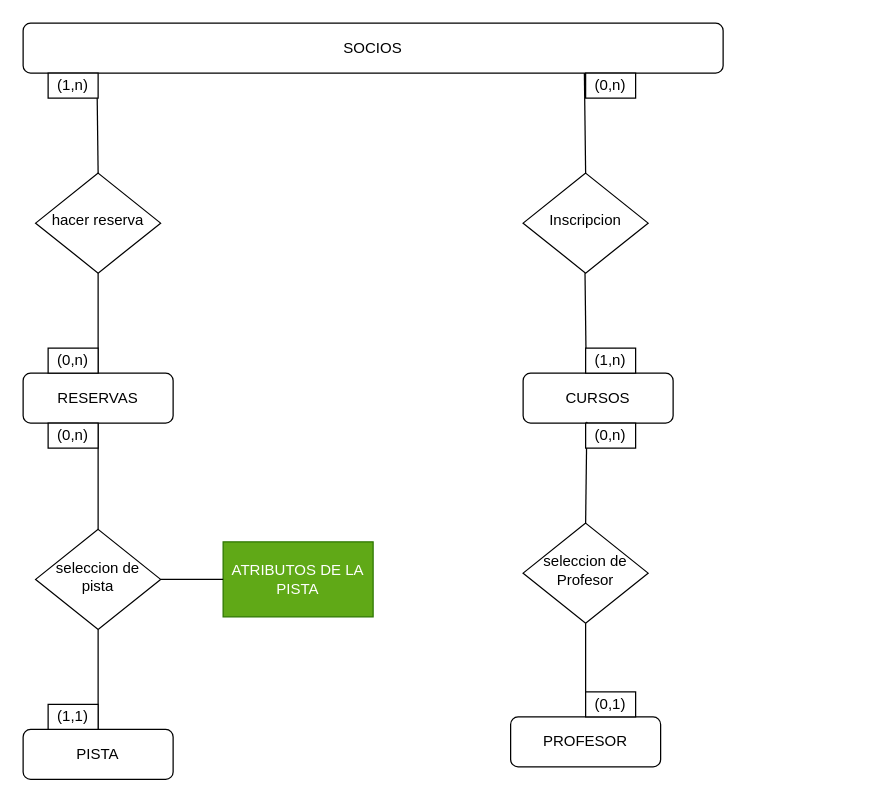
The draw.io diagram Ejercicio05.drawio in alfredosicre/BaseDatos, before the edit. Source tidied: cells renumbered, new cells numbered last; positions are measured from the earlier drawing's top-left corner, leaving out a move shared by most shapes. Both pictures are drawn from the tidied source at 125%, with x=0, y=0 at pixel (22, 22).
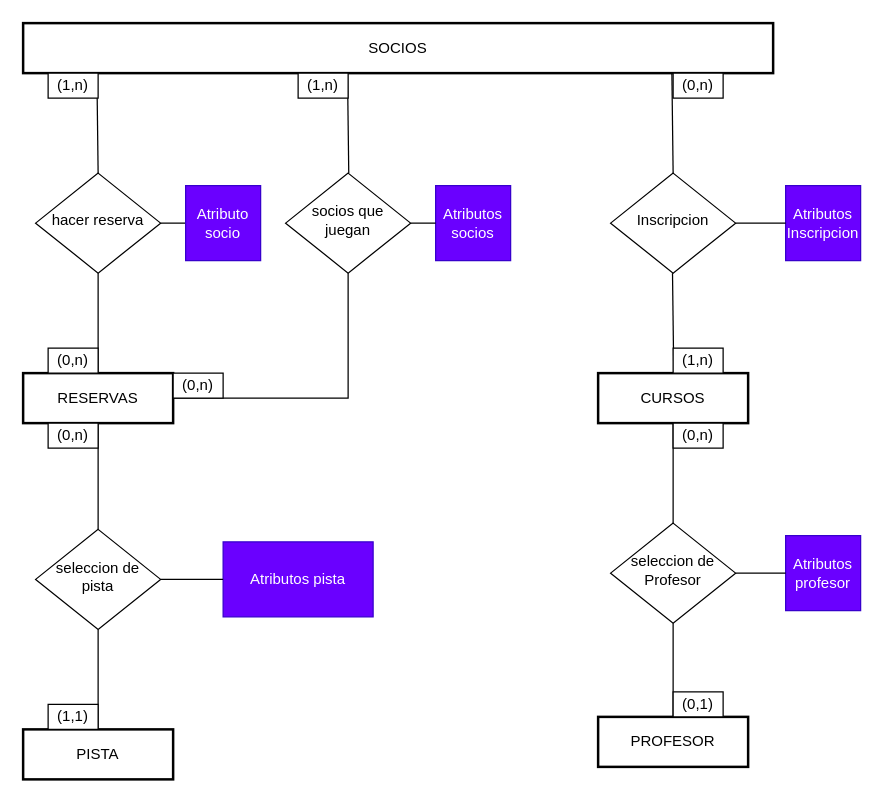
The same page after the edit.

Unchanged cells that the change refers to:
```xml
<mxCell id="3" value="hacer reserva" style="rhombus;whiteSpace=wrap;html=1;shadow=0;fontFamily=Helvetica;fontSize=12;align=center;strokeWidth=1;spacing=6;spacingTop=-4;" parent="1" vertex="1">
  <mxGeometry x="10" y="120" width="100" height="80" as="geometry" />
</mxCell>
<mxCell id="12" value="seleccion de pista" style="rhombus;whiteSpace=wrap;html=1;shadow=0;fontFamily=Helvetica;fontSize=12;align=center;strokeWidth=1;spacing=6;spacingTop=-4;" parent="1" vertex="1">
  <mxGeometry x="10" y="405" width="100" height="80" as="geometry" />
</mxCell>
```

Change to the diagram source:
```diff
@@
-    <mxCell id="2" value="RESERVAS" style="rounded=1;whiteSpace=wrap;html=1;fontSize=12;glass=0;strokeWidth=1;shadow=0;" parent="1" vertex="1">
+    <mxCell id="2" value="RESERVAS" style="rounded=0;whiteSpace=wrap;html=1;fontSize=12;glass=0;strokeWidth=2;shadow=0;" parent="1" vertex="1">
       <mxGeometry y="280" width="120" height="40" as="geometry" />
     </mxCell>
@@
-    <mxCell id="4" value="CURSOS" style="rounded=1;whiteSpace=wrap;html=1;fontSize=12;glass=0;strokeWidth=1;shadow=0;" parent="1" vertex="1">
-      <mxGeometry x="400" y="280" width="120" height="40" as="geometry" />
+    <mxCell id="4" value="CURSOS" style="rounded=0;whiteSpace=wrap;html=1;fontSize=12;glass=0;strokeWidth=2;shadow=0;" parent="1" vertex="1">
+      <mxGeometry x="460" y="280" width="120" height="40" as="geometry" />
     </mxCell>
-    <mxCell id="5" value="PISTA" style="rounded=1;whiteSpace=wrap;html=1;fontSize=12;glass=0;strokeWidth=1;shadow=0;" parent="1" vertex="1">
+    <mxCell id="5" value="PISTA" style="rounded=0;whiteSpace=wrap;html=1;fontSize=12;glass=0;strokeWidth=2;shadow=0;" parent="1" vertex="1">
       <mxGeometry y="565" width="120" height="40" as="geometry" />
     </mxCell>
-    <mxCell id="6" value="SOCIOS" style="rounded=1;whiteSpace=wrap;html=1;fontSize=12;glass=0;strokeWidth=1;shadow=0;" parent="1" vertex="1">
-      <mxGeometry width="560" height="40" as="geometry" />
+    <mxCell id="6" value="SOCIOS" style="rounded=0;whiteSpace=wrap;html=1;fontSize=12;glass=0;strokeWidth=2;shadow=0;" parent="1" vertex="1">
+      <mxGeometry width="600" height="40" as="geometry" />
     </mxCell>
@@
-    <mxCell id="16" value="ATRIBUTOS DE LA PISTA" style="rounded=0;whiteSpace=wrap;html=1;fillColor=#60a917;fontColor=#ffffff;strokeColor=#2D7600;" parent="1" vertex="1">
-      <mxGeometry x="160" y="415" width="120" height="60" as="geometry" />
-    </mxCell>
-    <mxCell id="17" style="endArrow=none;html=1;rounded=0;exitX=1;exitY=0.5;exitDx=0;exitDy=0;entryX=0;entryY=0.5;entryDx=0;entryDy=0;" parent="1" edge="1" source="12" target="16">
-      <mxGeometry relative="1" as="geometry" />
-    </mxCell>
     <mxCell id="18" value="Inscripcion" style="rhombus;whiteSpace=wrap;html=1;shadow=0;fontFamily=Helvetica;fontSize=12;align=center;strokeWidth=1;spacing=6;spacingTop=-4;" parent="1" vertex="1">
-      <mxGeometry x="400" y="120" width="100" height="80" as="geometry" />
+      <mxGeometry x="470" y="120" width="100" height="80" as="geometry" />
     </mxCell>
     <mxCell id="19" style="endArrow=none;html=1;rounded=0;exitX=0.5;exitY=0;exitDx=0;exitDy=0;" parent="1" edge="1">
       <mxGeometry relative="1" as="geometry">
-        <mxPoint x="450" y="120" as="sourcePoint" />
-        <mxPoint x="449" y="40" as="targetPoint" />
+        <mxPoint x="520" y="120" as="sourcePoint" />
+        <mxPoint x="519" y="40" as="targetPoint" />
       </mxGeometry>
     </mxCell>
     <mxCell id="20" style="endArrow=none;html=1;rounded=0;exitX=0.5;exitY=0;exitDx=0;exitDy=0;" parent="1" edge="1">
       <mxGeometry relative="1" as="geometry">
-        <mxPoint x="450.5" y="280" as="sourcePoint" />
-        <mxPoint x="449.5" y="200" as="targetPoint" />
+        <mxPoint x="520.5" y="280" as="sourcePoint" />
+        <mxPoint x="519.5" y="200" as="targetPoint" />
       </mxGeometry>
     </mxCell>
-    <mxCell id="21" value="PROFESOR" style="rounded=1;whiteSpace=wrap;html=1;fontSize=12;glass=0;strokeWidth=1;shadow=0;" parent="1" vertex="1">
-      <mxGeometry x="390" y="555" width="120" height="40" as="geometry" />
+    <mxCell id="21" value="PROFESOR" style="rounded=0;whiteSpace=wrap;html=1;fontSize=12;glass=0;strokeWidth=2;shadow=0;" parent="1" vertex="1">
+      <mxGeometry x="460" y="555" width="120" height="40" as="geometry" />
     </mxCell>
     <mxCell id="22" value="seleccion de Profesor" style="rhombus;whiteSpace=wrap;html=1;shadow=0;fontFamily=Helvetica;fontSize=12;align=center;strokeWidth=1;spacing=6;spacingTop=-4;" parent="1" vertex="1">
-      <mxGeometry x="400" y="400" width="100" height="80" as="geometry" />
+      <mxGeometry x="470" y="400" width="100" height="80" as="geometry" />
     </mxCell>
-    <mxCell id="23" style="endArrow=none;html=1;rounded=0;exitX=0.425;exitY=0.975;exitDx=0;exitDy=0;entryX=0.5;entryY=0;entryDx=0;entryDy=0;exitPerimeter=0;" parent="1" edge="1" source="4" target="22">
+    <mxCell id="23" style="endArrow=none;html=1;rounded=0;exitX=0.5;exitY=1;exitDx=0;exitDy=0;entryX=0.5;entryY=0;entryDx=0;entryDy=0;" parent="1" edge="1" source="4" target="22">
       <mxGeometry relative="1" as="geometry" />
     </mxCell>
@@
     <mxCell id="25" value="(0,n)" style="rounded=0;whiteSpace=wrap;html=1;" parent="1" vertex="1">
-      <mxGeometry x="450" y="40" width="40" height="20" as="geometry" />
+      <mxGeometry x="520" y="40" width="40" height="20" as="geometry" />
     </mxCell>
     <mxCell id="26" value="(1,n)" style="rounded=0;whiteSpace=wrap;html=1;" parent="1" vertex="1">
-      <mxGeometry x="450" y="260" width="40" height="20" as="geometry" />
+      <mxGeometry x="520" y="260" width="40" height="20" as="geometry" />
     </mxCell>
     <mxCell id="27" value="(0,n)" style="rounded=0;whiteSpace=wrap;html=1;" parent="1" vertex="1">
-      <mxGeometry x="450" y="320" width="40" height="20" as="geometry" />
+      <mxGeometry x="520" y="320" width="40" height="20" as="geometry" />
     </mxCell>
     <mxCell id="28" value="(0,1)" style="rounded=0;whiteSpace=wrap;html=1;" parent="1" vertex="1">
-      <mxGeometry x="450" y="535" width="40" height="20" as="geometry" />
+      <mxGeometry x="520" y="535" width="40" height="20" as="geometry" />
     </mxCell>
+    <mxCell id="29" style="endArrow=none;html=1;rounded=0;exitX=1;exitY=0.5;exitDx=0;exitDy=0;" parent="1" edge="1" source="34">
+      <mxGeometry relative="1" as="geometry">
+        <mxPoint x="160" y="160" as="targetPoint" />
+      </mxGeometry>
+    </mxCell>
+    <mxCell id="30" value="Atributos pista" style="rounded=0;whiteSpace=wrap;html=1;fillColor=#6a00ff;fontColor=#ffffff;strokeColor=#3700CC;" parent="1" vertex="1">
+      <mxGeometry x="160" y="415" width="120" height="60" as="geometry" />
+    </mxCell>
+    <mxCell id="31" style="endArrow=none;html=1;rounded=0;exitX=1;exitY=0.5;exitDx=0;exitDy=0;entryX=0;entryY=0.5;entryDx=0;entryDy=0;" parent="1" edge="1" source="12" target="30">
+      <mxGeometry relative="1" as="geometry" />
+    </mxCell>
+    <mxCell id="32" value="socios que juegan" style="rhombus;whiteSpace=wrap;html=1;shadow=0;fontFamily=Helvetica;fontSize=12;align=center;strokeWidth=1;spacing=6;spacingTop=-4;" parent="1" vertex="1">
+      <mxGeometry x="210" y="120" width="100" height="80" as="geometry" />
+    </mxCell>
+    <mxCell id="33" style="endArrow=none;html=1;rounded=0;exitX=1;exitY=0.5;exitDx=0;exitDy=0;" parent="1" edge="1" source="3" target="34">
+      <mxGeometry relative="1" as="geometry" />
+    </mxCell>
+    <mxCell id="34" value="Atributo socio" style="rounded=0;whiteSpace=wrap;html=1;fillColor=#6a00ff;fontColor=#ffffff;strokeColor=#3700CC;" parent="1" vertex="1">
+      <mxGeometry x="130" y="130" width="60" height="60" as="geometry" />
+    </mxCell>
+    <mxCell id="35" style="endArrow=none;html=1;rounded=0;exitX=0.5;exitY=0;exitDx=0;exitDy=0;" parent="1" edge="1">
+      <mxGeometry relative="1" as="geometry">
+        <mxPoint x="260.5" y="120" as="sourcePoint" />
+        <mxPoint x="259.5" y="40" as="targetPoint" />
+      </mxGeometry>
+    </mxCell>
+    <mxCell id="36" style="endArrow=none;html=1;rounded=0;exitX=1;exitY=0.5;exitDx=0;exitDy=0;entryX=0.5;entryY=1;entryDx=0;entryDy=0;" parent="1" edge="1" source="2" target="32">
+      <mxGeometry relative="1" as="geometry">
+        <Array as="points">
+          <mxPoint x="260" y="300" />
+        </Array>
+      </mxGeometry>
+    </mxCell>
+    <mxCell id="37" value="Atributos socios" style="rounded=0;whiteSpace=wrap;html=1;fillColor=#6a00ff;fontColor=#ffffff;strokeColor=#3700CC;" parent="1" vertex="1">
+      <mxGeometry x="330" y="130" width="60" height="60" as="geometry" />
+    </mxCell>
+    <mxCell id="38" style="endArrow=none;html=1;rounded=0;exitX=1;exitY=0.5;exitDx=0;exitDy=0;entryX=0;entryY=0.5;entryDx=0;entryDy=0;" parent="1" edge="1" source="32" target="37">
+      <mxGeometry relative="1" as="geometry" />
+    </mxCell>
+    <mxCell id="39" value="(1,n)" style="rounded=0;whiteSpace=wrap;html=1;" parent="1" vertex="1">
+      <mxGeometry x="220" y="40" width="40" height="20" as="geometry" />
+    </mxCell>
+    <mxCell id="40" value="(0,n)" style="rounded=0;whiteSpace=wrap;html=1;" parent="1" vertex="1">
+      <mxGeometry x="120" y="280" width="40" height="20" as="geometry" />
+    </mxCell>
+    <mxCell id="41" value="Atributos Inscripcion" style="rounded=0;whiteSpace=wrap;html=1;fillColor=#6a00ff;fontColor=#ffffff;strokeColor=#3700CC;" parent="1" vertex="1">
+      <mxGeometry x="610" y="130" width="60" height="60" as="geometry" />
+    </mxCell>
+    <mxCell id="42" value="Atributos profesor" style="rounded=0;whiteSpace=wrap;html=1;fillColor=#6a00ff;fontColor=#ffffff;strokeColor=#3700CC;" parent="1" vertex="1">
+      <mxGeometry x="610" y="410" width="60" height="60" as="geometry" />
+    </mxCell>
+    <mxCell id="43" style="endArrow=none;html=1;rounded=0;exitX=1;exitY=0.5;exitDx=0;exitDy=0;entryX=0;entryY=0.5;entryDx=0;entryDy=0;" parent="1" edge="1" source="18" target="41">
+      <mxGeometry relative="1" as="geometry" />
+    </mxCell>
+    <mxCell id="44" style="endArrow=none;html=1;rounded=0;exitX=1;exitY=0.5;exitDx=0;exitDy=0;entryX=0;entryY=0.5;entryDx=0;entryDy=0;" parent="1" edge="1" source="22" target="42">
+      <mxGeometry relative="1" as="geometry" />
+    </mxCell>
```
